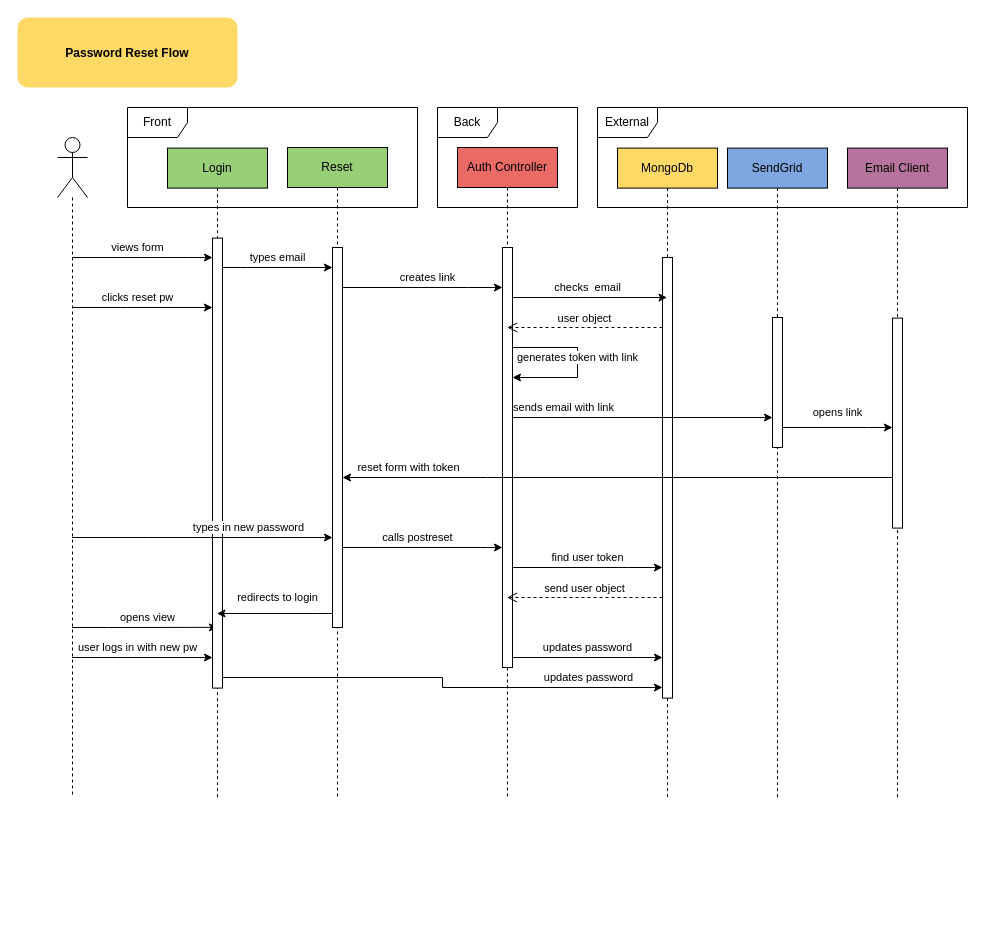
The draw.io diagram react-course-by-colt-from-sam/reset-flow.drawio in samuelsalomonv/diagrams, before the edit. Source tidied: cells renumbered, new cells numbered last; positions are measured from the earlier drawing's top-left corner, leaving out a move shared by most shapes. Both pictures are drawn from the tidied source at 100%, with x=0, y=0 at pixel (17, 17).
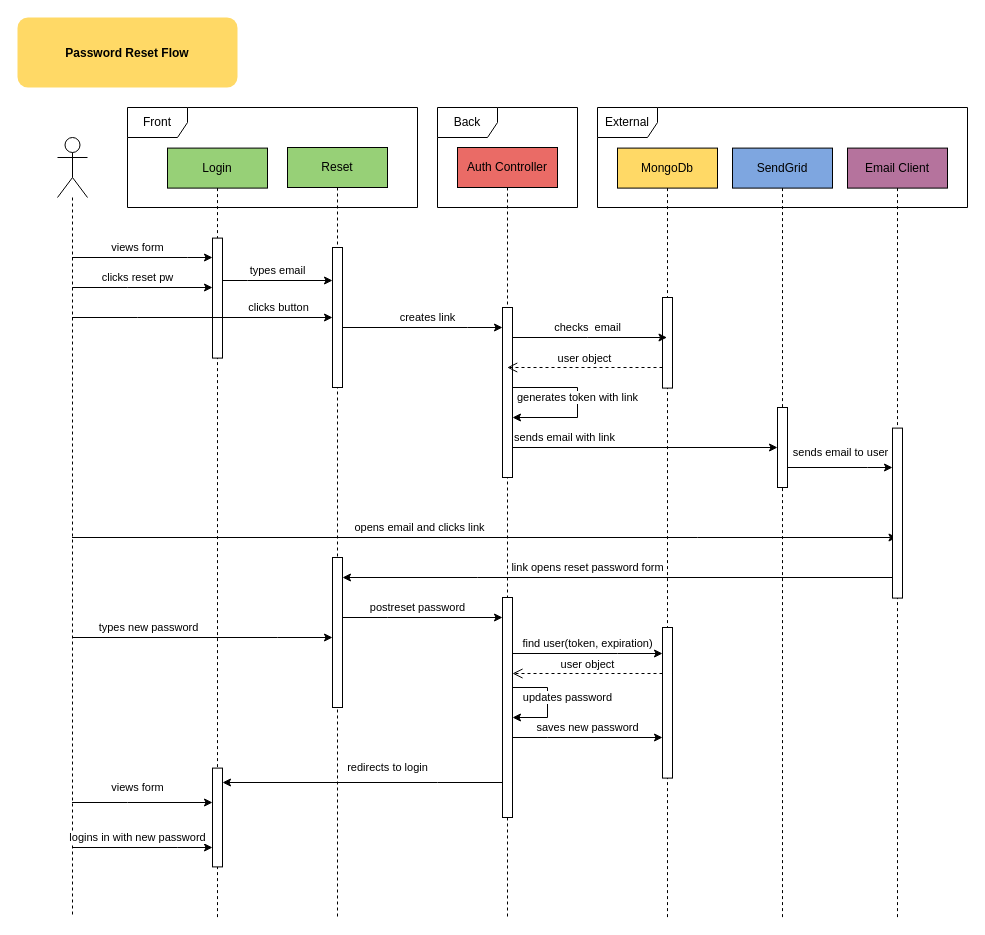
Above is the later version.

Change to the diagram source:
```diff
@@
     <mxCell id="3" value="clicks reset pw" style="edgeStyle=orthogonalEdgeStyle;rounded=0;orthogonalLoop=1;jettySize=auto;html=1;curved=0;" parent="1" edge="1">
       <mxGeometry x="-0.07" y="10" relative="1" as="geometry">
-        <mxPoint x="54.7" y="290" as="sourcePoint" />
-        <mxPoint x="195" y="290" as="targetPoint" />
+        <mxPoint x="54.7" y="270" as="sourcePoint" />
+        <mxPoint x="195" y="270" as="targetPoint" />
         <Array as="points">
-          <mxPoint x="110" y="290" />
-          <mxPoint x="110" y="290" />
+          <mxPoint x="110" y="270" />
+          <mxPoint x="110" y="270" />
         </Array>
       </mxGeometry>
     </mxCell>
-    <mxCell id="4" value="user logs in with new pw" style="edgeStyle=orthogonalEdgeStyle;rounded=0;jettySize=auto;html=1;curved=0;" parent="1" edge="1" source="7" target="11">
-      <mxGeometry x="-0.07" y="10" relative="1" as="geometry">
-        <Array as="points">
-          <mxPoint x="100" y="640" />
-          <mxPoint x="100" y="640" />
-        </Array>
-      </mxGeometry>
-    </mxCell>
@@
-    <mxCell id="6" value="opens view" style="edgeStyle=orthogonalEdgeStyle;rounded=0;jettySize=auto;html=1;curved=0;entryX=0.5;entryY=0.865;entryDx=0;entryDy=0;entryPerimeter=0;" parent="1" edge="1" source="7" target="11">
-      <mxGeometry x="0.04" y="10" relative="1" as="geometry">
-        <Array as="points">
-          <mxPoint x="90" y="610" />
-          <mxPoint x="90" y="610" />
-        </Array>
-      </mxGeometry>
-    </mxCell>
+    <mxCell id="38" value="opens email and clicks link" style="edgeStyle=orthogonalEdgeStyle;rounded=0;jettySize=auto;html=1;curved=0;" parent="1" edge="1" source="7" target="19">
+      <mxGeometry x="-0.16" y="10" relative="1" as="geometry">
+        <Array as="points">
+          <mxPoint x="680" y="520" />
+          <mxPoint x="680" y="520" />
+        </Array>
+      </mxGeometry>
+    </mxCell>
+    <mxCell id="39" value="types new password" style="edgeStyle=orthogonalEdgeStyle;rounded=0;jettySize=auto;html=1;curved=0;" parent="1" edge="1" source="7" target="41">
+      <mxGeometry x="-0.42" y="10" relative="1" as="geometry">
+        <Array as="points">
+          <mxPoint x="260" y="620" />
+          <mxPoint x="260" y="620" />
+        </Array>
+      </mxGeometry>
+    </mxCell>
+    <mxCell id="40" value="views form" style="edgeStyle=orthogonalEdgeStyle;rounded=0;jettySize=auto;html=1;curved=0;" parent="1" edge="1" source="7" target="42">
+      <mxGeometry x="-0.07" y="15" relative="1" as="geometry">
+        <Array as="points">
+          <mxPoint x="110" y="785" />
+          <mxPoint x="110" y="785" />
+        </Array>
+      </mxGeometry>
+    </mxCell>
     <mxCell id="7" style="shape=umlLifeline;perimeter=lifelinePerimeter;whiteSpace=wrap;html=1;outlineConnect=0;portConstraint=eastwest;newEdgeStyle={&quot;curved&quot;:0,&quot;rounded&quot;:0};participant=umlActor;size=60;" parent="1" vertex="1">
-      <mxGeometry x="40" y="120" width="30" height="660" as="geometry" />
+      <mxGeometry x="40" y="120" width="30" height="780" as="geometry" />
     </mxCell>
     <mxCell id="8" value="&lt;div&gt;Reset&lt;/div&gt;" style="shape=umlLifeline;perimeter=lifelinePerimeter;whiteSpace=wrap;html=1;newEdgeStyle={&quot;curved&quot;:0,&quot;rounded&quot;:0};fillColor=#97D077;" parent="1" vertex="1">
-      <mxGeometry x="270" y="130" width="100" height="650" as="geometry" />
+      <mxGeometry x="270" y="130" width="100" height="770" as="geometry" />
     </mxCell>
     <mxCell id="9" style="html=1;points=[[0,0,0,0,5],[0,1,0,0,-5],[1,0,0,0,5],[1,1,0,0,-5]];perimeter=orthogonalPerimeter;outlineConnect=0;targetShapes=umlLifeline;portConstraint=eastwest;newEdgeStyle={&quot;curved&quot;:0,&quot;rounded&quot;:0};" parent="8" vertex="1">
-      <mxGeometry x="45" y="100" width="10" height="380" as="geometry" />
+      <mxGeometry x="45" y="100" width="10" height="140" as="geometry" />
     </mxCell>
+    <mxCell id="41" style="html=1;points=[[0,0,0,0,5],[0,1,0,0,-5],[1,0,0,0,5],[1,1,0,0,-5]];perimeter=orthogonalPerimeter;outlineConnect=0;targetShapes=umlLifeline;portConstraint=eastwest;newEdgeStyle={&quot;curved&quot;:0,&quot;rounded&quot;:0};" parent="8" vertex="1">
+      <mxGeometry x="45" y="410" width="10" height="150" as="geometry" />
+    </mxCell>
     <mxCell id="10" value="&lt;div&gt;Login&lt;/div&gt;" style="shape=umlLifeline;perimeter=lifelinePerimeter;whiteSpace=wrap;html=1;outlineConnect=0;portConstraint=eastwest;newEdgeStyle={&quot;curved&quot;:0,&quot;rounded&quot;:0};fillColor=#97D077;" parent="1" vertex="1">
-      <mxGeometry x="150" y="130.6" width="100" height="649.4" as="geometry" />
+      <mxGeometry x="150" y="130.6" width="100" height="769.4" as="geometry" />
     </mxCell>
     <mxCell id="11" style="html=1;points=[[0,0,0,0,5],[0,1,0,0,-5],[1,0,0,0,5],[1,1,0,0,-5]];perimeter=orthogonalPerimeter;outlineConnect=0;targetShapes=umlLifeline;portConstraint=eastwest;newEdgeStyle={&quot;curved&quot;:0,&quot;rounded&quot;:0};" parent="10" vertex="1">
-      <mxGeometry x="45" y="90" width="10" height="450" as="geometry" />
+      <mxGeometry x="45" y="90" width="10" height="120" as="geometry" />
     </mxCell>
+    <mxCell id="42" style="html=1;points=[[0,0,0,0,5],[0,1,0,0,-5],[1,0,0,0,5],[1,1,0,0,-5]];perimeter=orthogonalPerimeter;outlineConnect=0;targetShapes=umlLifeline;portConstraint=eastwest;newEdgeStyle={&quot;curved&quot;:0,&quot;rounded&quot;:0};" parent="10" vertex="1">
+      <mxGeometry x="45" y="620" width="10" height="98.8" as="geometry" />
+    </mxCell>
@@
     <mxCell id="13" value="&lt;div&gt;Auth Controller&lt;/div&gt;" style="shape=umlLifeline;perimeter=lifelinePerimeter;whiteSpace=wrap;html=1;outlineConnect=0;portConstraint=eastwest;newEdgeStyle={&quot;curved&quot;:0,&quot;rounded&quot;:0};fillColor=#EA6B66;" parent="1" vertex="1">
-      <mxGeometry x="440" y="130" width="100" height="650" as="geometry" />
+      <mxGeometry x="440" y="130" width="100" height="770" as="geometry" />
     </mxCell>
     <mxCell id="14" style="html=1;points=[[0,0,0,0,5],[0,1,0,0,-5],[1,0,0,0,5],[1,1,0,0,-5]];perimeter=orthogonalPerimeter;outlineConnect=0;targetShapes=umlLifeline;portConstraint=eastwest;newEdgeStyle={&quot;curved&quot;:0,&quot;rounded&quot;:0};" parent="13" vertex="1">
-      <mxGeometry x="45" y="100" width="10" height="420" as="geometry" />
+      <mxGeometry x="45" y="160" width="10" height="170" as="geometry" />
     </mxCell>
+    <mxCell id="43" style="html=1;points=[[0,0,0,0,5],[0,1,0,0,-5],[1,0,0,0,5],[1,1,0,0,-5]];perimeter=orthogonalPerimeter;outlineConnect=0;targetShapes=umlLifeline;portConstraint=eastwest;newEdgeStyle={&quot;curved&quot;:0,&quot;rounded&quot;:0};" parent="13" vertex="1">
+      <mxGeometry x="45" y="450" width="10" height="220" as="geometry" />
+    </mxCell>
+    <mxCell id="44" value="updates password" style="edgeStyle=orthogonalEdgeStyle;rounded=0;orthogonalLoop=1;jettySize=auto;html=1;curved=0;" parent="13" edge="1">
+      <mxGeometry x="0.08" y="20" relative="1" as="geometry">
+        <mxPoint x="55" y="520" as="sourcePoint" />
+        <mxPoint x="55" y="570" as="targetPoint" />
+        <Array as="points">
+          <mxPoint x="90" y="540" />
+        </Array>
+      </mxGeometry>
+    </mxCell>
     <mxCell id="15" value="MongoDb" style="shape=umlLifeline;perimeter=lifelinePerimeter;whiteSpace=wrap;html=1;outlineConnect=0;portConstraint=eastwest;newEdgeStyle={&quot;curved&quot;:0,&quot;rounded&quot;:0};fillColor=#FFD966;" parent="1" vertex="1">
-      <mxGeometry x="600" y="130.6" width="100" height="649.4" as="geometry" />
+      <mxGeometry x="600" y="130.6" width="100" height="769.4" as="geometry" />
     </mxCell>
     <mxCell id="16" style="html=1;points=[[0,0,0,0,5],[0,1,0,0,-5],[1,0,0,0,5],[1,1,0,0,-5]];perimeter=orthogonalPerimeter;outlineConnect=0;targetShapes=umlLifeline;portConstraint=eastwest;newEdgeStyle={&quot;curved&quot;:0,&quot;rounded&quot;:0};" parent="15" vertex="1">
-      <mxGeometry x="45" y="109.4" width="10" height="440.6" as="geometry" />
+      <mxGeometry x="45" y="149.4" width="10" height="90.6" as="geometry" />
     </mxCell>
+    <mxCell id="45" style="html=1;points=[[0,0,0,0,5],[0,1,0,0,-5],[1,0,0,0,5],[1,1,0,0,-5]];perimeter=orthogonalPerimeter;outlineConnect=0;targetShapes=umlLifeline;portConstraint=eastwest;newEdgeStyle={&quot;curved&quot;:0,&quot;rounded&quot;:0};" parent="15" vertex="1">
+      <mxGeometry x="45" y="479.4" width="10" height="150.6" as="geometry" />
+    </mxCell>
     <mxCell id="17" value="SendGrid" style="shape=umlLifeline;perimeter=lifelinePerimeter;whiteSpace=wrap;html=1;newEdgeStyle={&quot;curved&quot;:0,&quot;rounded&quot;:0};fillColor=#7EA6E0;" parent="1" vertex="1">
-      <mxGeometry x="710" y="130.6" width="100" height="649.4" as="geometry" />
+      <mxGeometry x="715" y="130.6" width="100" height="769.4" as="geometry" />
     </mxCell>
     <mxCell id="18" style="html=1;points=[[0,0,0,0,5],[0,1,0,0,-5],[1,0,0,0,5],[1,1,0,0,-5]];perimeter=orthogonalPerimeter;outlineConnect=0;targetShapes=umlLifeline;portConstraint=eastwest;newEdgeStyle={&quot;curved&quot;:0,&quot;rounded&quot;:0};" parent="17" vertex="1">
-      <mxGeometry x="45" y="169.4" width="10" height="130" as="geometry" />
+      <mxGeometry x="45" y="259.4" width="10" height="80" as="geometry" />
     </mxCell>
     <mxCell id="19" value="&lt;div&gt;Email Client&lt;/div&gt;" style="shape=umlLifeline;perimeter=lifelinePerimeter;whiteSpace=wrap;html=1;outlineConnect=0;portConstraint=eastwest;newEdgeStyle={&quot;curved&quot;:0,&quot;rounded&quot;:0};fillColor=#B5739D;" parent="1" vertex="1">
-      <mxGeometry x="830" y="130.6" width="100" height="649.4" as="geometry" />
+      <mxGeometry x="830" y="130.6" width="100" height="769.4" as="geometry" />
     </mxCell>
     <mxCell id="20" style="html=1;points=[[0,0,0,0,5],[0,1,0,0,-5],[1,0,0,0,5],[1,1,0,0,-5]];perimeter=orthogonalPerimeter;outlineConnect=0;targetShapes=umlLifeline;portConstraint=eastwest;newEdgeStyle={&quot;curved&quot;:0,&quot;rounded&quot;:0};" parent="19" vertex="1">
-      <mxGeometry x="45" y="170" width="10" height="210" as="geometry" />
+      <mxGeometry x="45" y="280" width="10" height="170" as="geometry" />
     </mxCell>
@@
-    <mxCell id="23" value="types email" style="edgeStyle=orthogonalEdgeStyle;rounded=0;jettySize=auto;html=1;curved=0;" parent="1" edge="1" source="11" target="9">
+    <mxCell id="23" value="types email" style="edgeStyle=orthogonalEdgeStyle;rounded=0;orthogonalLoop=1;jettySize=auto;html=1;curved=0;" parent="1" edge="1">
       <mxGeometry y="10" relative="1" as="geometry">
+        <mxPoint x="205" y="263" as="sourcePoint" />
+        <mxPoint x="315" y="263" as="targetPoint" />
         <Array as="points">
-          <mxPoint x="230" y="250" />
-          <mxPoint x="230" y="250" />
+          <mxPoint x="230" y="263" />
+          <mxPoint x="230" y="263" />
         </Array>
       </mxGeometry>
     </mxCell>
-    <mxCell id="24" value="creates link" style="edgeStyle=orthogonalEdgeStyle;rounded=0;jettySize=auto;html=1;curved=0;" parent="1" edge="1" source="9" target="14">
+    <mxCell id="24" value="creates link" style="edgeStyle=orthogonalEdgeStyle;rounded=0;orthogonalLoop=1;jettySize=auto;html=1;curved=0;" parent="1" edge="1">
       <mxGeometry x="0.06" y="10" relative="1" as="geometry">
+        <mxPoint x="325" y="310" as="sourcePoint" />
+        <mxPoint x="485" y="310" as="targetPoint" />
         <Array as="points">
-          <mxPoint x="450" y="270" />
-          <mxPoint x="450" y="270" />
+          <mxPoint x="450" y="310" />
+          <mxPoint x="450" y="310" />
         </Array>
       </mxGeometry>
     </mxCell>
-    <mxCell id="25" value="sends email with link" style="edgeStyle=orthogonalEdgeStyle;rounded=0;jettySize=auto;html=1;curved=0;" parent="1" edge="1" target="18">
+    <mxCell id="25" value="sends email with link" style="edgeStyle=orthogonalEdgeStyle;rounded=0;orthogonalLoop=1;jettySize=auto;html=1;curved=0;" parent="1" edge="1">
       <mxGeometry x="-0.35" y="10" relative="1" as="geometry">
-        <mxPoint x="495" y="350" as="sourcePoint" />
+        <mxPoint x="495" y="380" as="sourcePoint" />
+        <mxPoint x="760" y="430" as="targetPoint" />
         <Array as="points">
-          <mxPoint x="495" y="400" />
+          <mxPoint x="495" y="430" />
         </Array>
       </mxGeometry>
     </mxCell>
-    <mxCell id="26" value="opens link" style="edgeStyle=orthogonalEdgeStyle;rounded=0;jettySize=auto;html=1;curved=0;" parent="1" edge="1" source="18" target="20">
+    <mxCell id="26" value="sends email to user" style="edgeStyle=orthogonalEdgeStyle;rounded=0;orthogonalLoop=1;jettySize=auto;html=1;curved=0;" parent="1" edge="1">
       <mxGeometry y="15" relative="1" as="geometry">
+        <mxPoint x="770" y="450" as="sourcePoint" />
+        <mxPoint x="875" y="450" as="targetPoint" />
         <Array as="points">
-          <mxPoint x="850" y="410" />
-          <mxPoint x="850" y="410" />
+          <mxPoint x="850" y="450" />
+          <mxPoint x="850" y="450" />
         </Array>
       </mxGeometry>
     </mxCell>
-    <mxCell id="27" value="reset form with token" style="edgeStyle=orthogonalEdgeStyle;rounded=0;jettySize=auto;html=1;curved=0;" parent="1" edge="1" source="20" target="9">
-      <mxGeometry x="0.76" y="-10" relative="1" as="geometry">
-        <Array as="points">
-          <mxPoint x="470" y="460" />
-          <mxPoint x="470" y="460" />
-        </Array>
-      </mxGeometry>
-    </mxCell>
-    <mxCell id="28" value="calls postreset" style="edgeStyle=orthogonalEdgeStyle;rounded=0;jettySize=auto;html=1;curved=0;" parent="1" edge="1" source="9" target="14">
-      <mxGeometry x="-0.06" y="10" relative="1" as="geometry">
-        <Array as="points">
-          <mxPoint x="470" y="530" />
-          <mxPoint x="470" y="530" />
-        </Array>
-      </mxGeometry>
-    </mxCell>
-    <mxCell id="29" value="updates password" style="edgeStyle=orthogonalEdgeStyle;rounded=0;jettySize=auto;html=1;curved=0;" parent="1" edge="1" source="14" target="16">
-      <mxGeometry y="10" relative="1" as="geometry">
-        <Array as="points">
-          <mxPoint x="620" y="640" />
-          <mxPoint x="620" y="640" />
-        </Array>
-      </mxGeometry>
-    </mxCell>
-    <mxCell id="30" value="redirects to login" style="edgeStyle=orthogonalEdgeStyle;rounded=0;jettySize=auto;html=1;curved=0;" parent="1" edge="1" source="9" target="10">
-      <mxGeometry x="-0.05" y="-16" relative="1" as="geometry">
-        <Array as="points">
-          <mxPoint x="300" y="596" />
-          <mxPoint x="300" y="596" />
-        </Array>
-      </mxGeometry>
-    </mxCell>
-    <mxCell id="31" value="types in new password" style="edgeStyle=orthogonalEdgeStyle;rounded=0;jettySize=auto;html=1;curved=0;" parent="1" edge="1" source="7" target="9">
-      <mxGeometry x="0.35" y="10" relative="1" as="geometry">
-        <Array as="points">
-          <mxPoint x="130" y="520" />
-          <mxPoint x="130" y="520" />
-        </Array>
-      </mxGeometry>
-    </mxCell>
-    <mxCell id="32" value="checks&amp;nbsp; email" style="edgeStyle=orthogonalEdgeStyle;rounded=0;jettySize=auto;html=1;curved=0;" parent="1" edge="1" source="14" target="15">
+    <mxCell id="32" value="checks&amp;nbsp; email" style="edgeStyle=orthogonalEdgeStyle;rounded=0;orthogonalLoop=1;jettySize=auto;html=1;curved=0;" parent="1" edge="1">
       <mxGeometry x="-0.03" y="10" relative="1" as="geometry">
+        <mxPoint x="495" y="320" as="sourcePoint" />
+        <mxPoint x="649.5" y="320" as="targetPoint" />
         <Array as="points">
-          <mxPoint x="570" y="280" />
-          <mxPoint x="570" y="280" />
+          <mxPoint x="570" y="320" />
+          <mxPoint x="570" y="320" />
         </Array>
       </mxGeometry>
     </mxCell>
     <mxCell id="33" value="user object" style="html=1;verticalAlign=bottom;endArrow=open;dashed=1;endSize=8;curved=0;rounded=0;" parent="1" edge="1">
       <mxGeometry relative="1" as="geometry">
-        <mxPoint x="645" y="310" as="sourcePoint" />
-        <mxPoint x="489.7" y="310" as="targetPoint" />
+        <mxPoint x="645" y="350" as="sourcePoint" />
+        <mxPoint x="489.7" y="350" as="targetPoint" />
         <Array as="points">
-          <mxPoint x="570" y="310" />
-          <mxPoint x="570" y="310" />
+          <mxPoint x="570" y="350" />
+          <mxPoint x="570" y="350" />
         </Array>
       </mxGeometry>
     </mxCell>
     <mxCell id="34" value="generates token with link" style="edgeStyle=orthogonalEdgeStyle;rounded=0;orthogonalLoop=1;jettySize=auto;html=1;curved=0;" parent="1" edge="1">
       <mxGeometry relative="1" as="geometry">
-        <mxPoint x="495" y="340" as="sourcePoint" />
-        <mxPoint x="495" y="360" as="targetPoint" />
+        <mxPoint x="495" y="380" as="sourcePoint" />
+        <mxPoint x="495" y="400" as="targetPoint" />
         <Array as="points">
-          <mxPoint x="495" y="330" />
-          <mxPoint x="560" y="330" />
-          <mxPoint x="560" y="360" />
+          <mxPoint x="495" y="370" />
+          <mxPoint x="560" y="370" />
+          <mxPoint x="560" y="400" />
         </Array>
       </mxGeometry>
     </mxCell>
-    <mxCell id="35" value="find user token" style="edgeStyle=orthogonalEdgeStyle;rounded=0;jettySize=auto;html=1;curved=0;" parent="1" edge="1" source="14" target="16">
-      <mxGeometry y="10" relative="1" as="geometry">
-        <Array as="points">
-          <mxPoint x="610" y="550" />
-          <mxPoint x="610" y="550" />
-        </Array>
-      </mxGeometry>
-    </mxCell>
-    <mxCell id="36" value="send user object" style="html=1;verticalAlign=bottom;endArrow=open;dashed=1;endSize=8;curved=0;rounded=0;" parent="1" edge="1" source="16" target="13">
-      <mxGeometry relative="1" as="geometry">
-        <Array as="points">
-          <mxPoint x="620" y="580" />
-          <mxPoint x="620" y="580" />
-        </Array>
-      </mxGeometry>
-    </mxCell>
-    <mxCell id="37" value="updates password" style="edgeStyle=orthogonalEdgeStyle;rounded=0;jettySize=auto;html=1;curved=0;" parent="1" edge="1" source="11" target="16">
-      <mxGeometry x="0.67" y="10" relative="1" as="geometry">
-        <Array as="points">
-          <mxPoint x="425" y="660" />
-          <mxPoint x="425" y="670" />
-        </Array>
-      </mxGeometry>
-    </mxCell>
+    <mxCell id="46" value="link opens reset password form" style="edgeStyle=orthogonalEdgeStyle;rounded=0;jettySize=auto;html=1;curved=0;" parent="1" edge="1" source="20" target="41">
+      <mxGeometry x="0.11" y="-10" relative="1" as="geometry">
+        <Array as="points">
+          <mxPoint x="460" y="560" />
+          <mxPoint x="460" y="560" />
+        </Array>
+      </mxGeometry>
+    </mxCell>
+    <mxCell id="47" value="postreset password" style="edgeStyle=orthogonalEdgeStyle;rounded=0;jettySize=auto;html=1;curved=0;" parent="1" edge="1" source="41" target="43">
+      <mxGeometry x="-0.06" y="10" relative="1" as="geometry">
+        <Array as="points">
+          <mxPoint x="370" y="600" />
+          <mxPoint x="370" y="600" />
+        </Array>
+      </mxGeometry>
+    </mxCell>
+    <mxCell id="48" value="find user(token, expiration)" style="edgeStyle=orthogonalEdgeStyle;rounded=0;orthogonalLoop=1;jettySize=auto;html=1;curved=0;" parent="1" edge="1">
+      <mxGeometry y="10" relative="1" as="geometry">
+        <mxPoint x="495" y="636" as="sourcePoint" />
+        <mxPoint x="645" y="636" as="targetPoint" />
+        <Array as="points">
+          <mxPoint x="600" y="636" />
+          <mxPoint x="600" y="636" />
+        </Array>
+      </mxGeometry>
+    </mxCell>
+    <mxCell id="49" value="user object" style="html=1;verticalAlign=bottom;endArrow=open;dashed=1;endSize=8;curved=0;rounded=0;" parent="1" edge="1">
+      <mxGeometry relative="1" as="geometry">
+        <mxPoint x="645" y="656" as="sourcePoint" />
+        <mxPoint x="495" y="656" as="targetPoint" />
+        <Array as="points">
+          <mxPoint x="610" y="656" />
+          <mxPoint x="610" y="656" />
+        </Array>
+      </mxGeometry>
+    </mxCell>
+    <mxCell id="50" value="saves new password" style="edgeStyle=orthogonalEdgeStyle;rounded=0;jettySize=auto;html=1;curved=0;" parent="1" edge="1" source="43" target="45">
+      <mxGeometry y="10" relative="1" as="geometry">
+        <Array as="points">
+          <mxPoint x="530" y="720" />
+          <mxPoint x="530" y="720" />
+        </Array>
+      </mxGeometry>
+    </mxCell>
+    <mxCell id="30" value="redirects to login" style="edgeStyle=orthogonalEdgeStyle;rounded=0;jettySize=auto;html=1;curved=0;" parent="1" edge="1" source="43" target="42">
+      <mxGeometry x="-0.18" y="-15" relative="1" as="geometry">
+        <Array as="points">
+          <mxPoint x="420" y="765" />
+          <mxPoint x="420" y="765" />
+        </Array>
+      </mxGeometry>
+    </mxCell>
+    <mxCell id="51" value="logins in with new password" style="edgeStyle=orthogonalEdgeStyle;rounded=0;jettySize=auto;html=1;curved=0;" parent="1" edge="1" source="7" target="42">
+      <mxGeometry x="-0.07" y="10" relative="1" as="geometry">
+        <Array as="points">
+          <mxPoint x="160" y="830" />
+          <mxPoint x="160" y="830" />
+        </Array>
+      </mxGeometry>
+    </mxCell>
+    <mxCell id="31" value="clicks button" style="edgeStyle=orthogonalEdgeStyle;rounded=0;jettySize=auto;html=1;curved=0;" parent="1" edge="1" source="7" target="9">
+      <mxGeometry x="0.58" y="10" relative="1" as="geometry">
+        <Array as="points">
+          <mxPoint x="120" y="300" />
+          <mxPoint x="120" y="300" />
+        </Array>
+      </mxGeometry>
+    </mxCell>
```
